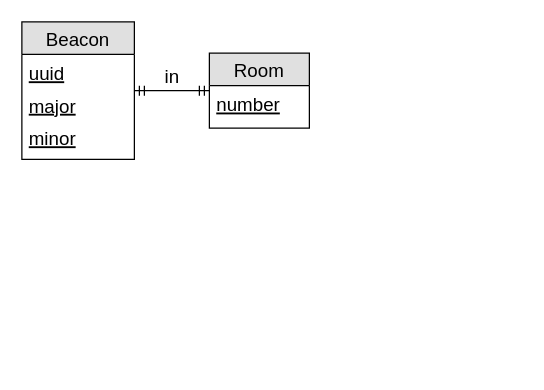
Before: doc/shemas/db.drawio in stevenliatti/SmartBuilding, a draw.io diagram. Source tidied: cells renumbered, new cells numbered last; positions are measured from the earlier drawing's top-left corner, leaving out a move shared by most shapes. Both pictures are drawn from the tidied source at 125%, with x=0, y=0 at pixel (21, 21).
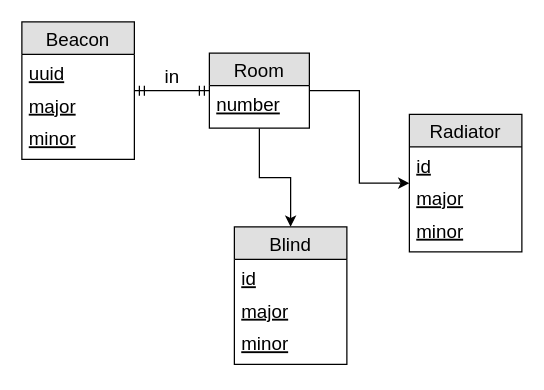
The same diagram, later.

What changed in the source:
```diff
@@
 <mxGraphModel>
   <root>
     <mxCell id="0" />
     <mxCell id="1" parent="0" />
     <mxCell id="2" value="Beacon" style="swimlane;fontStyle=0;horizontal=1;startSize=26;fillColor=#e0e0e0;swimlaneFillColor=#ffffff;align=center;fontSize=15;" parent="1" vertex="1">
       <mxGeometry width="90" height="110" as="geometry" />
     </mxCell>
     <mxCell id="3" value="uuid" style="text;strokeColor=none;fillColor=none;spacingLeft=4;spacingRight=4;overflow=hidden;fontSize=15;fontStyle=4;" parent="2" vertex="1">
       <mxGeometry y="26" width="90" height="26" as="geometry" />
     </mxCell>
     <mxCell id="4" value="major" style="text;strokeColor=none;fillColor=none;spacingLeft=4;spacingRight=4;overflow=hidden;fontSize=15;fontStyle=4;" parent="2" vertex="1">
       <mxGeometry y="52" width="90" height="26" as="geometry" />
     </mxCell>
     <mxCell id="5" value="minor" style="text;strokeColor=none;fillColor=none;spacingLeft=4;spacingRight=4;overflow=hidden;fontSize=15;fontStyle=4;" parent="2" vertex="1">
       <mxGeometry y="78" width="90" height="32" as="geometry" />
     </mxCell>
+    <mxCell id="9" style="edgeStyle=orthogonalEdgeStyle;rounded=0;jettySize=auto;html=1;" parent="1" edge="1" source="6" target="15">
+      <mxGeometry relative="1" as="geometry" />
+    </mxCell>
+    <mxCell id="10" style="edgeStyle=orthogonalEdgeStyle;rounded=0;jettySize=auto;html=1;" parent="1" edge="1" source="6" target="11">
+      <mxGeometry relative="1" as="geometry" />
+    </mxCell>
     <mxCell id="6" value="Room" style="swimlane;fontStyle=0;horizontal=1;startSize=26;fillColor=#e0e0e0;swimlaneFillColor=#ffffff;align=center;fontSize=15;" parent="1" vertex="1">
       <mxGeometry x="150" y="25" width="80" height="60" as="geometry" />
     </mxCell>
     <mxCell id="7" value="number" style="text;strokeColor=none;fillColor=none;spacingLeft=4;spacingRight=4;overflow=hidden;fontSize=15;fontStyle=4;" parent="6" vertex="1">
       <mxGeometry y="26" width="80" height="34" as="geometry" />
     </mxCell>
     <mxCell id="8" value="in" style="edgeStyle=entityRelationEdgeStyle;fontSize=15;html=1;endArrow=ERmandOne;startArrow=ERmandOne;endFill=0;" parent="1" edge="1" source="2" target="6">
       <mxGeometry y="12" relative="1" as="geometry" />
     </mxCell>
+    <mxCell id="11" value="Blind" style="swimlane;fontStyle=0;horizontal=1;startSize=26;fillColor=#e0e0e0;swimlaneFillColor=#ffffff;align=center;fontSize=15;" parent="1" vertex="1">
+      <mxGeometry x="170" y="164" width="90" height="110" as="geometry" />
+    </mxCell>
+    <mxCell id="12" value="id" style="text;strokeColor=none;fillColor=none;spacingLeft=4;spacingRight=4;overflow=hidden;fontSize=15;fontStyle=4;" parent="11" vertex="1">
+      <mxGeometry y="26" width="90" height="26" as="geometry" />
+    </mxCell>
+    <mxCell id="13" value="major" style="text;strokeColor=none;fillColor=none;spacingLeft=4;spacingRight=4;overflow=hidden;fontSize=15;fontStyle=4;" parent="11" vertex="1">
+      <mxGeometry y="52" width="90" height="26" as="geometry" />
+    </mxCell>
+    <mxCell id="14" value="minor" style="text;strokeColor=none;fillColor=none;spacingLeft=4;spacingRight=4;overflow=hidden;fontSize=15;fontStyle=4;" parent="11" vertex="1">
+      <mxGeometry y="78" width="90" height="32" as="geometry" />
+    </mxCell>
+    <mxCell id="15" value="Radiator" style="swimlane;fontStyle=0;horizontal=1;startSize=26;fillColor=#e0e0e0;swimlaneFillColor=#ffffff;align=center;fontSize=15;" parent="1" vertex="1">
+      <mxGeometry x="310" y="74" width="90" height="110" as="geometry" />
+    </mxCell>
+    <mxCell id="16" value="id" style="text;strokeColor=none;fillColor=none;spacingLeft=4;spacingRight=4;overflow=hidden;fontSize=15;fontStyle=4;" parent="15" vertex="1">
+      <mxGeometry y="26" width="90" height="26" as="geometry" />
+    </mxCell>
+    <mxCell id="17" value="major" style="text;strokeColor=none;fillColor=none;spacingLeft=4;spacingRight=4;overflow=hidden;fontSize=15;fontStyle=4;" parent="15" vertex="1">
+      <mxGeometry y="52" width="90" height="26" as="geometry" />
+    </mxCell>
+    <mxCell id="18" value="minor" style="text;strokeColor=none;fillColor=none;spacingLeft=4;spacingRight=4;overflow=hidden;fontSize=15;fontStyle=4;" parent="15" vertex="1">
+      <mxGeometry y="78" width="90" height="32" as="geometry" />
+    </mxCell>
   </root>
 </mxGraphModel>
```
